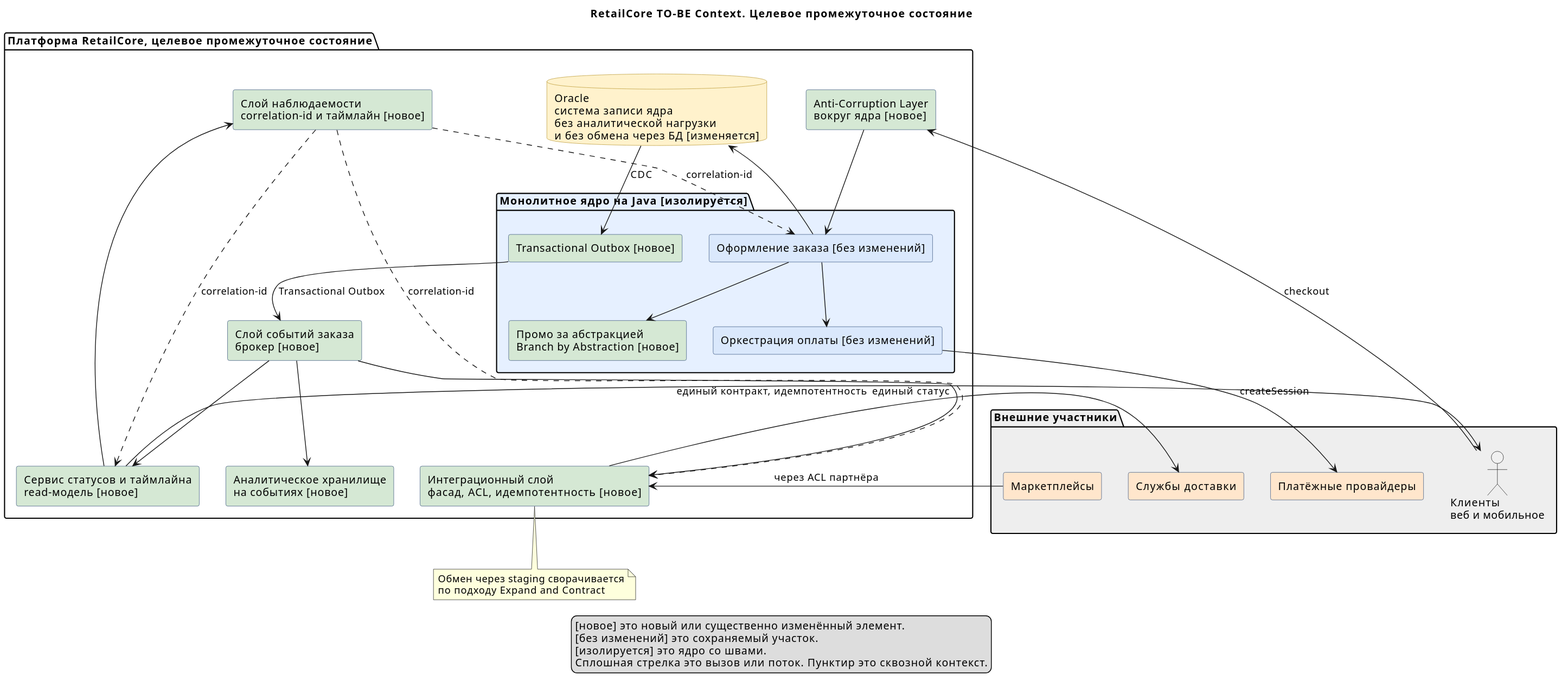
This is Task3/diagrams/to-be-context.svg from racoononwork/RetailCore, a PlantUML export, as it was before one commit. Source of this version:
```plantuml
@startuml
title RetailCore TO-BE Context. Целевое промежуточное состояние

skinparam DefaultFontName Sans
skinparam rectangle {
  BackgroundColor #F7F9FC
  BorderColor #33507A
}
skinparam database {
  BackgroundColor #FFF2CC
  BorderColor #B7942A
}
legend bottom
  [новое] это новый или существенно изменённый элемент.
  [без изменений] это сохраняемый участок.
  [изолируется] это ядро со швами.
  Сплошная стрелка это вызов или поток. Пунктир это сквозной контекст.
endlegend

package "Внешние участники" #EEEEEE {
  actor "Клиенты\nвеб и мобильное" as CUST
  rectangle "Маркетплейсы" as MP #FFE6CC
  rectangle "Платёжные провайдеры" as PAY #FFE6CC
  rectangle "Службы доставки" as DLV #FFE6CC
}

package "Платформа RetailCore, целевое промежуточное состояние" {

  rectangle "Слой наблюдаемости\ncorrelation-id и таймлайн [новое]" as OBS #D5E8D4

  package "Монолитное ядро на Java [изолируется]" #E6F0FF {
    rectangle "Оформление заказа [без изменений]" as ORDER #DAE8FC
    rectangle "Оркестрация оплаты [без изменений]" as PAYORCH #DAE8FC
    rectangle "Промо за абстракцией\nBranch by Abstraction [новое]" as PROMO #D5E8D4
    rectangle "Transactional Outbox [новое]" as OUTBOX #D5E8D4
  }

  rectangle "Anti-Corruption Layer\nвокруг ядра [новое]" as ACL #D5E8D4
  rectangle "Слой событий заказа\nброкер [новое]" as EVENTS #D5E8D4
  rectangle "Сервис статусов и таймлайна\nread-модель [новое]" as STATUSSVC #D5E8D4
  rectangle "Интеграционный слой\nфасад, ACL, идемпотентность [новое]" as INTG #D5E8D4
  rectangle "Аналитическое хранилище\nна событиях [новое]" as ANALYT #D5E8D4

  database "Oracle\nсистема записи ядра\nбез аналитической нагрузки\nи без обмена через БД [изменяется]" as ORA
}

CUST --> ACL : checkout
ACL --> ORDER
ORDER --> PAYORCH
ORDER --> PROMO
ORDER --> ORA
ORA --> OUTBOX : CDC
OUTBOX --> EVENTS : Transactional Outbox

EVENTS --> STATUSSVC
EVENTS --> ANALYT
EVENTS --> INTG

STATUSSVC --> CUST : единый статус
STATUSSVC --> OBS

INTG --> DLV : единый контракт, идемпотентность
PAYORCH --> PAY : createSession
MP --> INTG : через ACL партнёра

OBS ..> ORDER : correlation-id
OBS ..> INTG : correlation-id
OBS ..> STATUSSVC : correlation-id

note bottom of INTG
  Обмен через staging сворачивается
  по подходу Expand and Contract
end note
@enduml
```
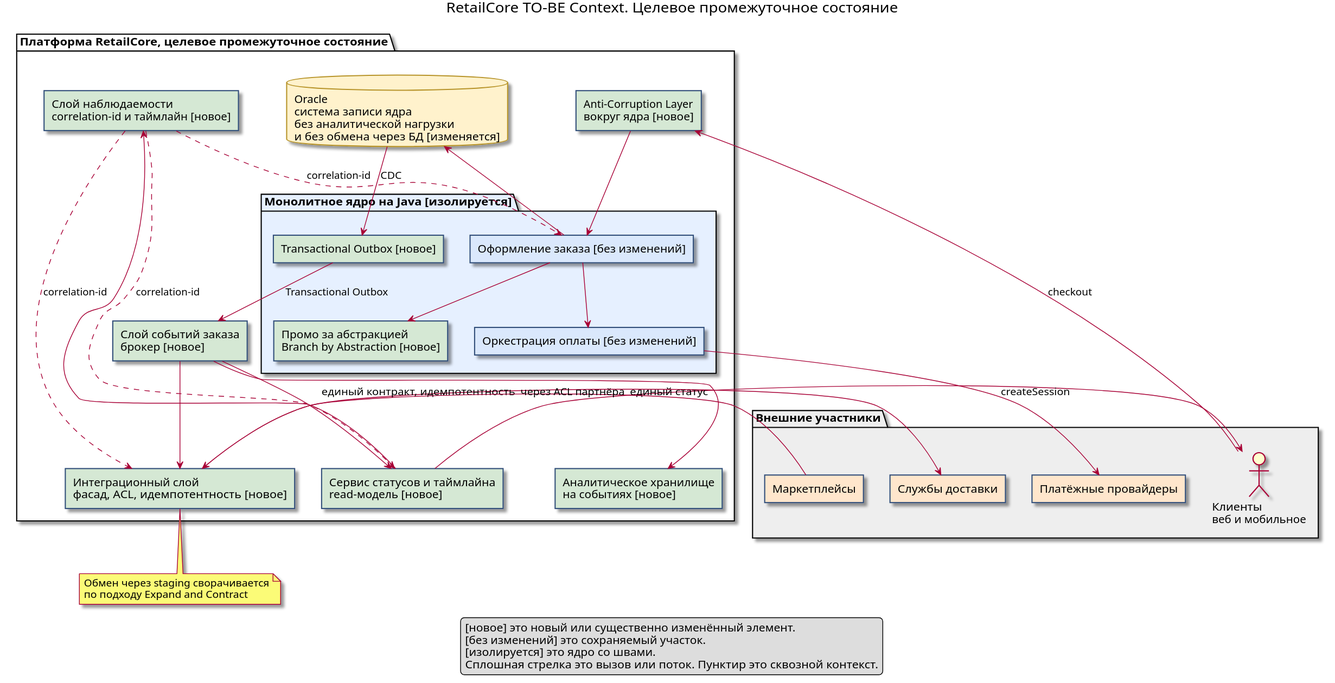
Later version of the same file.

What changed in the source:
```diff
@@ -1,4 +1,4 @@
-@startuml
+@startuml to-be-context
 title RetailCore TO-BE Context. Целевое промежуточное состояние
 
 skinparam DefaultFontName Sans
@@ -71,4 +71,5 @@
   Обмен через staging сворачивается
   по подходу Expand and Contract
 end note
+
 @enduml
```
